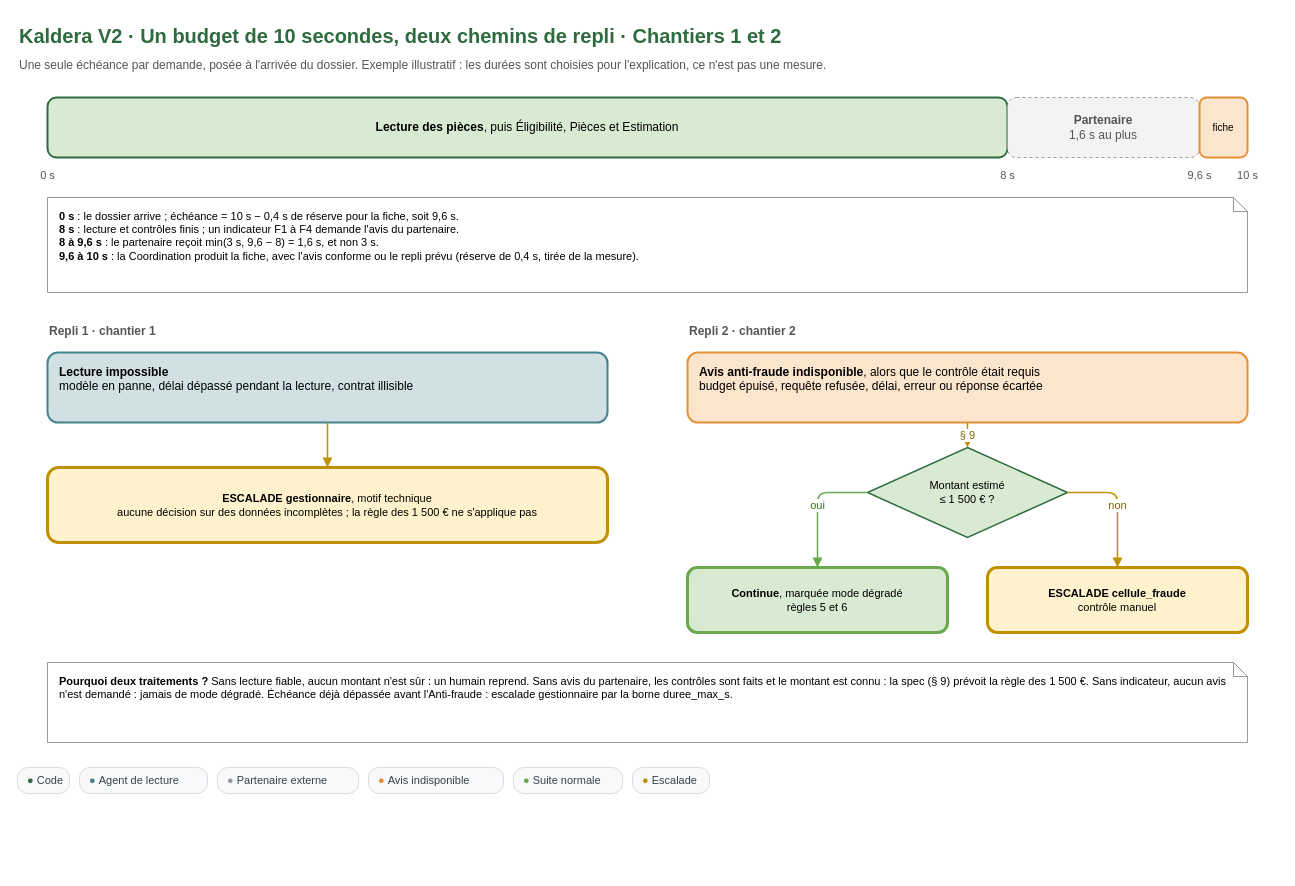
Before: conception/schemas/schema-7-budget-10-s.drawio in Ganda15/kaldera-bout-en-bout_v2, a draw.io diagram. Source tidied: cells renumbered, new cells numbered last; positions are measured from the earlier drawing's top-left corner, leaving out a move shared by most shapes. Both pictures are drawn from the tidied source at 100%, with x=0, y=0 at pixel (17, 17).
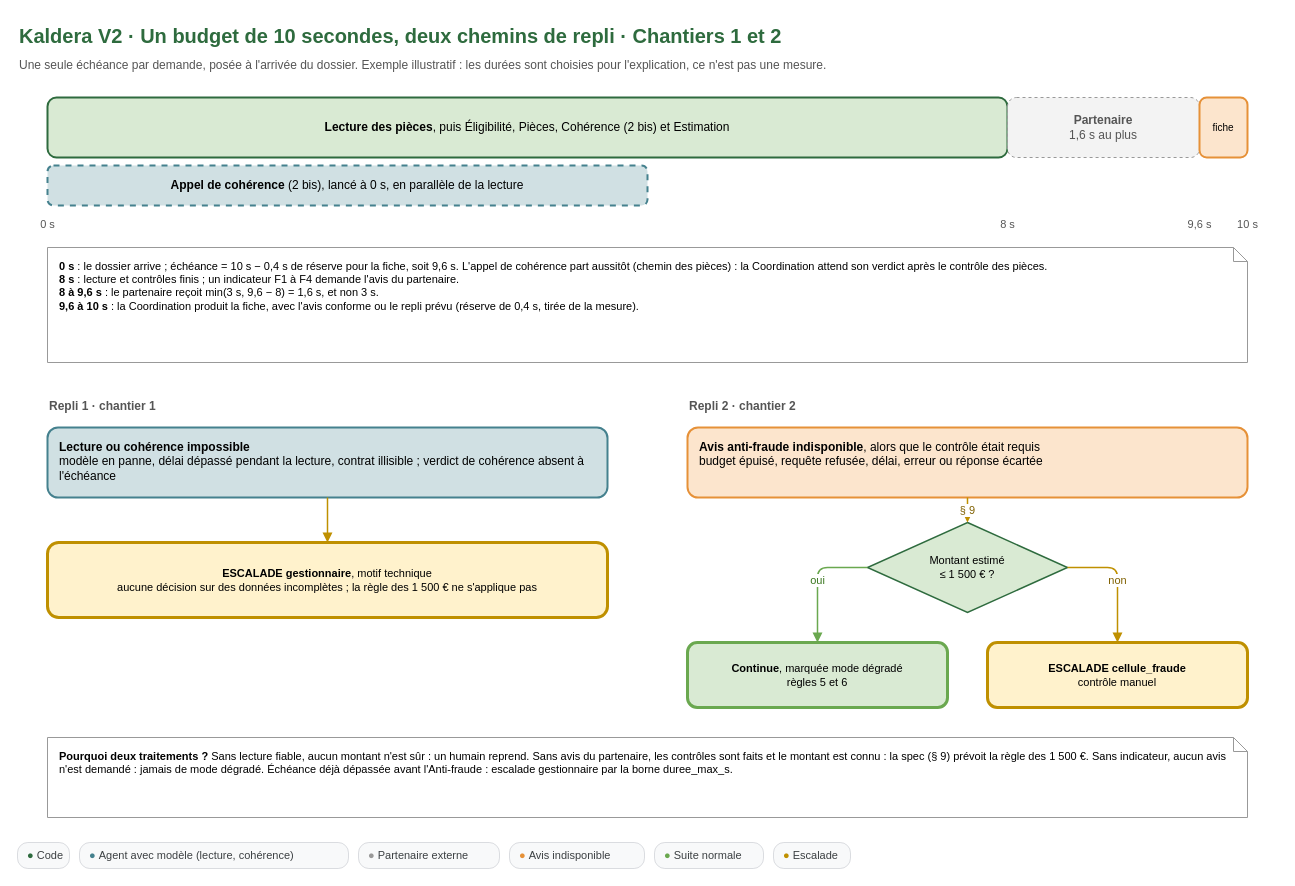
Above is the later version.

Commit message (it also covers changes not shown here):
docs(schemas): schemas 0, 2, 3, 7 et N0 alignes sur l'agent Documents et coherence (depot de conception 9387fa4)

Diff of the diagram source:
```diff
@@
-    <mxCell id="4" value="&lt;b&gt;Lecture des pièces&lt;/b&gt;, puis Éligibilité, Pièces et Estimation" style="whiteSpace=wrap;html=1;fontFamily=Arial;fontSize=12;align=left;spacingLeft=10;spacingRight=8;verticalAlign=top;spacingTop=6;rounded=1;fillColor=#d9ead3;strokeColor=#2E6B3E;strokeWidth=2;align=center;verticalAlign=middle;spacingTop=0;spacingLeft=6;spacingRight=6;" parent="1" vertex="1">
+    <mxCell id="4" value="&lt;b&gt;Lecture des pièces&lt;/b&gt;, puis Éligibilité, Pièces, Cohérence (2 bis) et Estimation" style="whiteSpace=wrap;html=1;fontFamily=Arial;fontSize=12;align=left;spacingLeft=10;spacingRight=8;verticalAlign=top;spacingTop=6;rounded=1;fillColor=#d9ead3;strokeColor=#2E6B3E;strokeWidth=2;align=center;verticalAlign=middle;spacingTop=0;spacingLeft=6;spacingRight=6;" parent="1" vertex="1">
       <mxGeometry x="30" y="80" width="960" height="60" as="geometry" />
     </mxCell>
+    <mxCell id="31" value="&lt;b&gt;Appel de cohérence&lt;/b&gt; (2 bis), lancé à 0 s, en parallèle de la lecture" style="whiteSpace=wrap;html=1;fontFamily=Arial;fontSize=12;align=left;spacingLeft=10;spacingRight=8;verticalAlign=top;spacingTop=6;rounded=1;fillColor=#d0e0e3;strokeColor=#45818e;strokeWidth=2;align=center;verticalAlign=middle;spacingTop=0;spacingLeft=6;spacingRight=6;dashed=1;" parent="1" vertex="1">
+      <mxGeometry x="30" y="148" width="600" height="40" as="geometry" />
+    </mxCell>
@@
     <mxCell id="7" value="0 s" style="text;html=1;fontFamily=Arial;fontSize=11;fontColor=#555555;align=center;verticalAlign=top;" parent="1" vertex="1">
-      <mxGeometry y="145" width="60" height="20" as="geometry" />
+      <mxGeometry y="194" width="60" height="20" as="geometry" />
     </mxCell>
     <mxCell id="8" value="8 s" style="text;html=1;fontFamily=Arial;fontSize=11;fontColor=#555555;align=center;verticalAlign=top;" parent="1" vertex="1">
-      <mxGeometry x="960" y="145" width="60" height="20" as="geometry" />
+      <mxGeometry x="960" y="194" width="60" height="20" as="geometry" />
     </mxCell>
     <mxCell id="9" value="9,6 s" style="text;html=1;fontFamily=Arial;fontSize=11;fontColor=#555555;align=center;verticalAlign=top;" parent="1" vertex="1">
-      <mxGeometry x="1152" y="145" width="60" height="20" as="geometry" />
+      <mxGeometry x="1152" y="194" width="60" height="20" as="geometry" />
     </mxCell>
     <mxCell id="10" value="10 s" style="text;html=1;fontFamily=Arial;fontSize=11;fontColor=#555555;align=center;verticalAlign=top;" parent="1" vertex="1">
-      <mxGeometry x="1200" y="145" width="60" height="20" as="geometry" />
+      <mxGeometry x="1200" y="194" width="60" height="20" as="geometry" />
     </mxCell>
-    <mxCell id="11" value="&lt;b&gt;0 s&lt;/b&gt; : le dossier arrive ; échéance = 10 s − 0,4 s de réserve pour la fiche, soit 9,6 s.&lt;br&gt;&lt;b&gt;8 s&lt;/b&gt; : lecture et contrôles finis ; un indicateur F1 à F4 demande l'avis du partenaire.&lt;br&gt;&lt;b&gt;8 à 9,6 s&lt;/b&gt; : le partenaire reçoit min(3 s, 9,6 − 8) = 1,6 s, et non 3 s.&lt;br&gt;&lt;b&gt;9,6 à 10 s&lt;/b&gt; : la Coordination produit la fiche, avec l'avis conforme ou le repli prévu (réserve de 0,4 s, tirée de la mesure)." style="whiteSpace=wrap;html=1;fontFamily=Arial;fontSize=12;align=left;spacingLeft=10;spacingRight=8;verticalAlign=top;spacingTop=6;shape=note;size=14;fillColor=#ffffff;strokeColor=#999999;fontSize=11;" parent="1" vertex="1">
-      <mxGeometry x="30" y="180" width="1200" height="95" as="geometry" />
+    <mxCell id="11" value="&lt;b&gt;0 s&lt;/b&gt; : le dossier arrive ; échéance = 10 s − 0,4 s de réserve pour la fiche, soit 9,6 s. L'appel de cohérence part aussitôt (chemin des pièces) : la Coordination attend son verdict après le contrôle des pièces.&lt;br&gt;&lt;b&gt;8 s&lt;/b&gt; : lecture et contrôles finis ; un indicateur F1 à F4 demande l'avis du partenaire.&lt;br&gt;&lt;b&gt;8 à 9,6 s&lt;/b&gt; : le partenaire reçoit min(3 s, 9,6 − 8) = 1,6 s, et non 3 s.&lt;br&gt;&lt;b&gt;9,6 à 10 s&lt;/b&gt; : la Coordination produit la fiche, avec l'avis conforme ou le repli prévu (réserve de 0,4 s, tirée de la mesure)." style="whiteSpace=wrap;html=1;fontFamily=Arial;fontSize=12;align=left;spacingLeft=10;spacingRight=8;verticalAlign=top;spacingTop=6;shape=note;size=14;fillColor=#ffffff;strokeColor=#999999;fontSize=11;" parent="1" vertex="1">
+      <mxGeometry x="30" y="230" width="1200" height="115" as="geometry" />
     </mxCell>
     <mxCell id="12" value="Repli 1 · chantier 1" style="text;html=1;fontFamily=Arial;fontSize=12;fontColor=#555555;align=left;verticalAlign=top;whiteSpace=wrap;fontStyle=1;" parent="1" vertex="1">
-      <mxGeometry x="30" y="300" width="560" height="30" as="geometry" />
+      <mxGeometry x="30" y="375" width="560" height="30" as="geometry" />
     </mxCell>
-    <mxCell id="13" value="&lt;b&gt;Lecture impossible&lt;/b&gt;&lt;br&gt;modèle en panne, délai dépassé pendant la lecture, contrat illisible" style="whiteSpace=wrap;html=1;fontFamily=Arial;fontSize=12;align=left;spacingLeft=10;spacingRight=8;verticalAlign=top;spacingTop=6;rounded=1;fillColor=#d0e0e3;strokeColor=#45818e;strokeWidth=2;" parent="1" vertex="1">
-      <mxGeometry x="30" y="335" width="560" height="70" as="geometry" />
+    <mxCell id="13" value="&lt;b&gt;Lecture ou cohérence impossible&lt;/b&gt;&lt;br&gt;modèle en panne, délai dépassé pendant la lecture, contrat illisible ; verdict de cohérence absent à l'échéance" style="whiteSpace=wrap;html=1;fontFamily=Arial;fontSize=12;align=left;spacingLeft=10;spacingRight=8;verticalAlign=top;spacingTop=6;rounded=1;fillColor=#d0e0e3;strokeColor=#45818e;strokeWidth=2;" parent="1" vertex="1">
+      <mxGeometry x="30" y="410" width="560" height="70" as="geometry" />
     </mxCell>
     <mxCell id="14" value="&lt;b&gt;ESCALADE gestionnaire&lt;/b&gt;, motif technique&lt;br&gt;aucune décision sur des données incomplètes ; la règle des 1 500 € ne s'applique pas" style="whiteSpace=wrap;html=1;fontFamily=Arial;fontSize=12;rounded=1;fillColor=#fff2cc;strokeColor=#bf9000;strokeWidth=3;align=center;verticalAlign=middle;spacingTop=0;spacingLeft=6;spacingRight=6;fontSize=11;" parent="1" vertex="1">
-      <mxGeometry x="30" y="450" width="560" height="75" as="geometry" />
+      <mxGeometry x="30" y="525" width="560" height="75" as="geometry" />
     </mxCell>
@@
     <mxCell id="16" value="Repli 2 · chantier 2" style="text;html=1;fontFamily=Arial;fontSize=12;fontColor=#555555;align=left;verticalAlign=top;whiteSpace=wrap;fontStyle=1;" parent="1" vertex="1">
-      <mxGeometry x="670" y="300" width="560" height="30" as="geometry" />
+      <mxGeometry x="670" y="375" width="560" height="30" as="geometry" />
     </mxCell>
     <mxCell id="17" value="&lt;b&gt;Avis anti-fraude indisponible&lt;/b&gt;, alors que le contrôle était requis&lt;br&gt;budget épuisé, requête refusée, délai, erreur ou réponse écartée" style="whiteSpace=wrap;html=1;fontFamily=Arial;fontSize=12;align=left;spacingLeft=10;spacingRight=8;verticalAlign=top;spacingTop=6;rounded=1;fillColor=#fce5cd;strokeColor=#e69138;strokeWidth=2;" parent="1" vertex="1">
-      <mxGeometry x="670" y="335" width="560" height="70" as="geometry" />
+      <mxGeometry x="670" y="410" width="560" height="70" as="geometry" />
     </mxCell>
     <mxCell id="18" value="Montant estimé&lt;br&gt;≤ 1 500 € ?" style="rhombus;whiteSpace=wrap;html=1;fontFamily=Arial;fontSize=11;fillColor=#d9ead3;strokeColor=#2E6B3E;strokeWidth=1.5;" parent="1" vertex="1">
-      <mxGeometry x="850" y="430" width="200" height="90" as="geometry" />
+      <mxGeometry x="850" y="505" width="200" height="90" as="geometry" />
     </mxCell>
     <mxCell id="19" value="&lt;b&gt;Continue&lt;/b&gt;, marquée mode dégradé&lt;br&gt;règles 5 et 6" style="whiteSpace=wrap;html=1;fontFamily=Arial;fontSize=12;rounded=1;fillColor=#d9ead3;strokeColor=#6aa84f;strokeWidth=3;fontStyle=0;align=center;verticalAlign=middle;spacingTop=0;spacingLeft=6;spacingRight=6;fontSize=11;" parent="1" vertex="1">
-      <mxGeometry x="670" y="550" width="260" height="65" as="geometry" />
+      <mxGeometry x="670" y="625" width="260" height="65" as="geometry" />
     </mxCell>
     <mxCell id="20" value="&lt;b&gt;ESCALADE cellule_fraude&lt;/b&gt;&lt;br&gt;contrôle manuel" style="whiteSpace=wrap;html=1;fontFamily=Arial;fontSize=12;rounded=1;fillColor=#fff2cc;strokeColor=#bf9000;strokeWidth=3;align=center;verticalAlign=middle;spacingTop=0;spacingLeft=6;spacingRight=6;fontSize=11;" parent="1" vertex="1">
-      <mxGeometry x="970" y="550" width="260" height="65" as="geometry" />
+      <mxGeometry x="970" y="625" width="260" height="65" as="geometry" />
     </mxCell>
@@
     <mxCell id="24" value="&lt;b&gt;Pourquoi deux traitements ?&lt;/b&gt; Sans lecture fiable, aucun montant n'est sûr : un humain reprend. Sans avis du partenaire, les contrôles sont faits et le montant est connu : la spec (§ 9) prévoit la règle des 1 500 €. Sans indicateur, aucun avis n'est demandé : jamais de mode dégradé. Échéance déjà dépassée avant l'Anti-fraude : escalade gestionnaire par la borne duree_max_s." style="whiteSpace=wrap;html=1;fontFamily=Arial;fontSize=12;align=left;spacingLeft=10;spacingRight=8;verticalAlign=top;spacingTop=6;shape=note;size=14;fillColor=#ffffff;strokeColor=#999999;fontSize=11;" parent="1" vertex="1">
-      <mxGeometry x="30" y="645" width="1200" height="80" as="geometry" />
+      <mxGeometry x="30" y="720" width="1200" height="80" as="geometry" />
     </mxCell>
     <mxCell id="25" value="&lt;font color=&quot;#2E6B3E&quot;&gt;&amp;#9679;&lt;/font&gt;&amp;nbsp;Code" style="rounded=1;whiteSpace=nowrap;html=1;fillColor=#f8f9fa;strokeColor=#dadce0;fontSize=11;fontColor=#3c4043;align=left;spacingLeft=8;verticalAlign=middle;arcSize=40;" parent="1" vertex="1">
-      <mxGeometry y="750" width="52" height="26" as="geometry" />
+      <mxGeometry y="825" width="52" height="26" as="geometry" />
     </mxCell>
-    <mxCell id="26" value="&lt;font color=&quot;#45818e&quot;&gt;&amp;#9679;&lt;/font&gt;&amp;nbsp;Agent de lecture" style="rounded=1;whiteSpace=nowrap;html=1;fillColor=#f8f9fa;strokeColor=#dadce0;fontSize=11;fontColor=#3c4043;align=left;spacingLeft=8;verticalAlign=middle;arcSize=40;" parent="1" vertex="1">
-      <mxGeometry x="62" y="750" width="128" height="26" as="geometry" />
+    <mxCell id="26" value="&lt;font color=&quot;#45818e&quot;&gt;&amp;#9679;&lt;/font&gt;&amp;nbsp;Agent avec modèle (lecture, cohérence)" style="rounded=1;whiteSpace=nowrap;html=1;fillColor=#f8f9fa;strokeColor=#dadce0;fontSize=11;fontColor=#3c4043;align=left;spacingLeft=8;verticalAlign=middle;arcSize=40;" parent="1" vertex="1">
+      <mxGeometry x="62" y="825" width="269" height="26" as="geometry" />
     </mxCell>
     <mxCell id="27" value="&lt;font color=&quot;#999999&quot;&gt;&amp;#9679;&lt;/font&gt;&amp;nbsp;Partenaire externe" style="rounded=1;whiteSpace=nowrap;html=1;fillColor=#f8f9fa;strokeColor=#dadce0;fontSize=11;fontColor=#3c4043;align=left;spacingLeft=8;verticalAlign=middle;arcSize=40;" parent="1" vertex="1">
-      <mxGeometry x="200" y="750" width="141" height="26" as="geometry" />
+      <mxGeometry x="341" y="825" width="141" height="26" as="geometry" />
     </mxCell>
     <mxCell id="28" value="&lt;font color=&quot;#e69138&quot;&gt;&amp;#9679;&lt;/font&gt;&amp;nbsp;Avis indisponible" style="rounded=1;whiteSpace=nowrap;html=1;fillColor=#f8f9fa;strokeColor=#dadce0;fontSize=11;fontColor=#3c4043;align=left;spacingLeft=8;verticalAlign=middle;arcSize=40;" parent="1" vertex="1">
-      <mxGeometry x="351" y="750" width="135" height="26" as="geometry" />
+      <mxGeometry x="492" y="825" width="135" height="26" as="geometry" />
     </mxCell>
     <mxCell id="29" value="&lt;font color=&quot;#6aa84f&quot;&gt;&amp;#9679;&lt;/font&gt;&amp;nbsp;Suite normale" style="rounded=1;whiteSpace=nowrap;html=1;fillColor=#f8f9fa;strokeColor=#dadce0;fontSize=11;fontColor=#3c4043;align=left;spacingLeft=8;verticalAlign=middle;arcSize=40;" parent="1" vertex="1">
-      <mxGeometry x="496" y="750" width="109" height="26" as="geometry" />
+      <mxGeometry x="637" y="825" width="109" height="26" as="geometry" />
     </mxCell>
     <mxCell id="30" value="&lt;font color=&quot;#bf9000&quot;&gt;&amp;#9679;&lt;/font&gt;&amp;nbsp;Escalade" style="rounded=1;whiteSpace=nowrap;html=1;fillColor=#f8f9fa;strokeColor=#dadce0;fontSize=11;fontColor=#3c4043;align=left;spacingLeft=8;verticalAlign=middle;arcSize=40;" parent="1" vertex="1">
-      <mxGeometry x="615" y="750" width="77" height="26" as="geometry" />
+      <mxGeometry x="756" y="825" width="77" height="26" as="geometry" />
     </mxCell>
```
